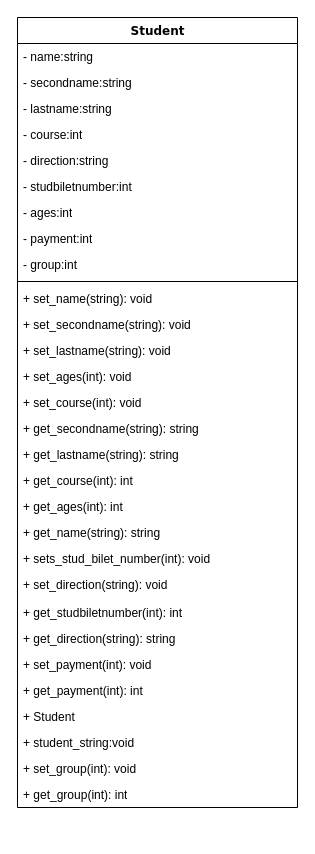
Salenhard/Students keeps this draw.io diagram as Untitled Diagram (2).drawio. Above is the earlier version. Source tidied: cells renumbered, new cells numbered last; positions are measured from the earlier drawing's top-left corner, leaving out a move shared by most shapes. Both pictures are drawn from the tidied source at 100%, with x=0, y=0 at pixel (17, 17).
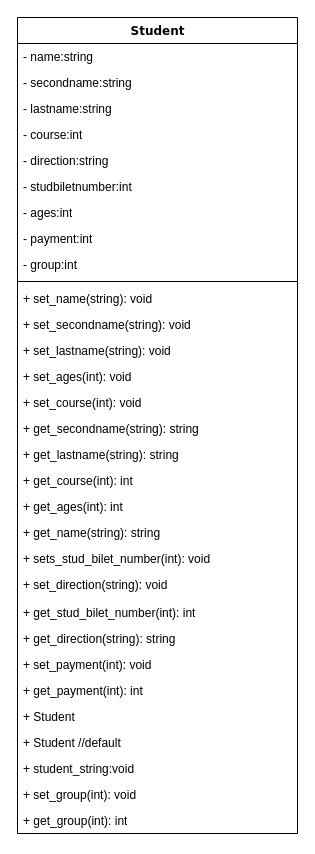
The same page after the edit.

What changed in the source:
```diff
@@
     <mxCell id="2" value="Student" style="swimlane;html=1;fontStyle=1;align=center;verticalAlign=top;horizontal=1;startSize=26;swimlaneFillColor=#ffffff;rounded=0;shadow=0;comic=0;labelBackgroundColor=none;strokeWidth=1;fillColor=none;fontFamily=Verdana;fontSize=12;" parent="1" vertex="1">
-      <mxGeometry width="280" height="790" as="geometry" />
+      <mxGeometry width="280" height="816" as="geometry" />
     </mxCell>
@@
-    <mxCell id="25" value="+ get_studbiletnumber(int): int" style="text;html=1;strokeColor=none;fillColor=none;align=left;verticalAlign=top;spacingLeft=4;spacingRight=4;whiteSpace=wrap;overflow=hidden;" parent="2" vertex="1">
+    <mxCell id="25" value="+ get_stud_bilet_number(int): int" style="text;html=1;strokeColor=none;fillColor=none;align=left;verticalAlign=top;spacingLeft=4;spacingRight=4;whiteSpace=wrap;overflow=hidden;" parent="2" vertex="1">
       <mxGeometry y="582" width="280" height="26" as="geometry" />
     </mxCell>
@@
+    <mxCell id="33" value="+ Student //default" style="text;html=1;strokeColor=none;fillColor=none;align=left;verticalAlign=top;spacingLeft=4;spacingRight=4;whiteSpace=wrap;overflow=hidden;" parent="2" vertex="1">
+      <mxGeometry y="712" width="280" height="26" as="geometry" />
+    </mxCell>
     <mxCell id="30" value="+ student_string:void" style="text;html=1;strokeColor=none;fillColor=none;align=left;verticalAlign=top;spacingLeft=4;spacingRight=4;whiteSpace=wrap;overflow=hidden;" parent="2" vertex="1">
-      <mxGeometry y="712" width="280" height="26" as="geometry" />
+      <mxGeometry y="738" width="280" height="26" as="geometry" />
     </mxCell>
     <mxCell id="31" value="+ set_group(int): void" style="text;html=1;strokeColor=none;fillColor=none;align=left;verticalAlign=top;spacingLeft=4;spacingRight=4;whiteSpace=wrap;overflow=hidden;" parent="2" vertex="1">
-      <mxGeometry y="738" width="280" height="26" as="geometry" />
+      <mxGeometry y="764" width="280" height="26" as="geometry" />
     </mxCell>
     <mxCell id="32" value="+ get_group(int): int" style="text;html=1;strokeColor=none;fillColor=none;align=left;verticalAlign=top;spacingLeft=4;spacingRight=4;whiteSpace=wrap;overflow=hidden;" parent="2" vertex="1">
-      <mxGeometry y="764" width="280" height="26" as="geometry" />
+      <mxGeometry y="790" width="280" height="26" as="geometry" />
     </mxCell>
```
